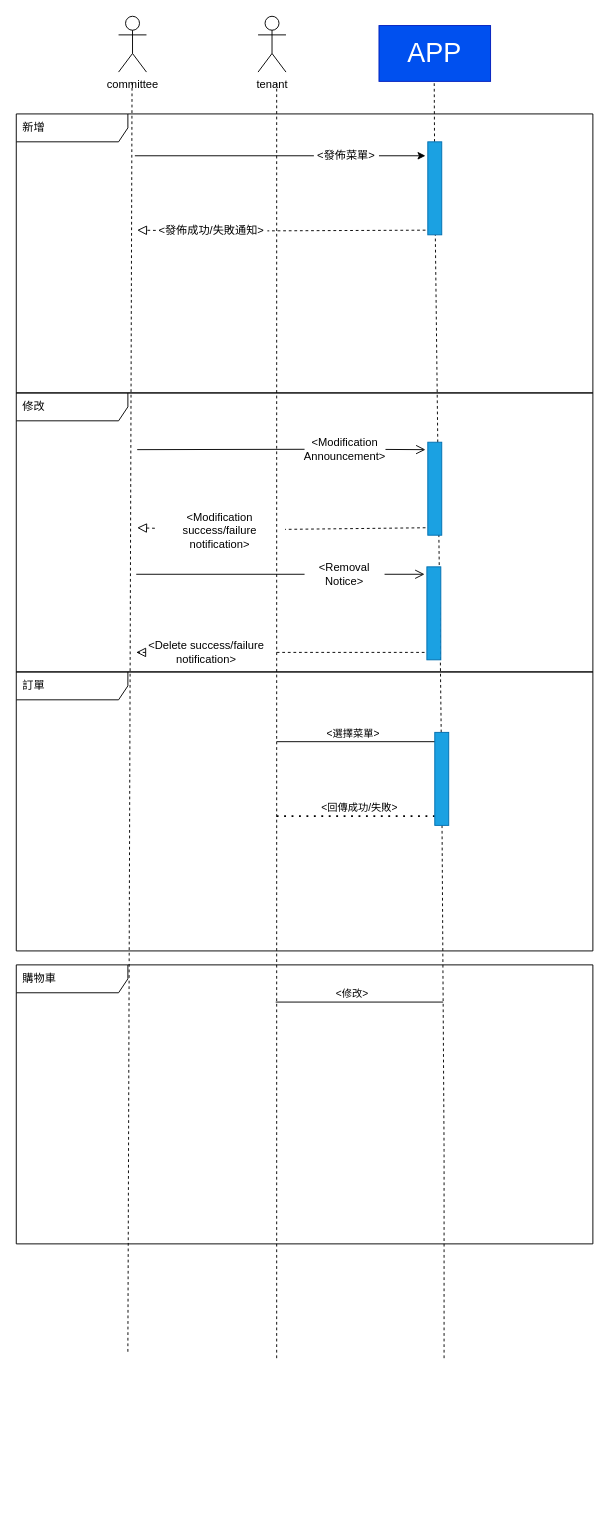
Above: yes.drawio in der0829/111-2End (draw.io), before the change. Source tidied: cells renumbered, new cells numbered last; positions are measured from the earlier drawing's top-left corner, leaving out a move shared by most shapes. Both pictures are drawn from the tidied source at 93%, with x=0, y=0 at pixel (16, 16).
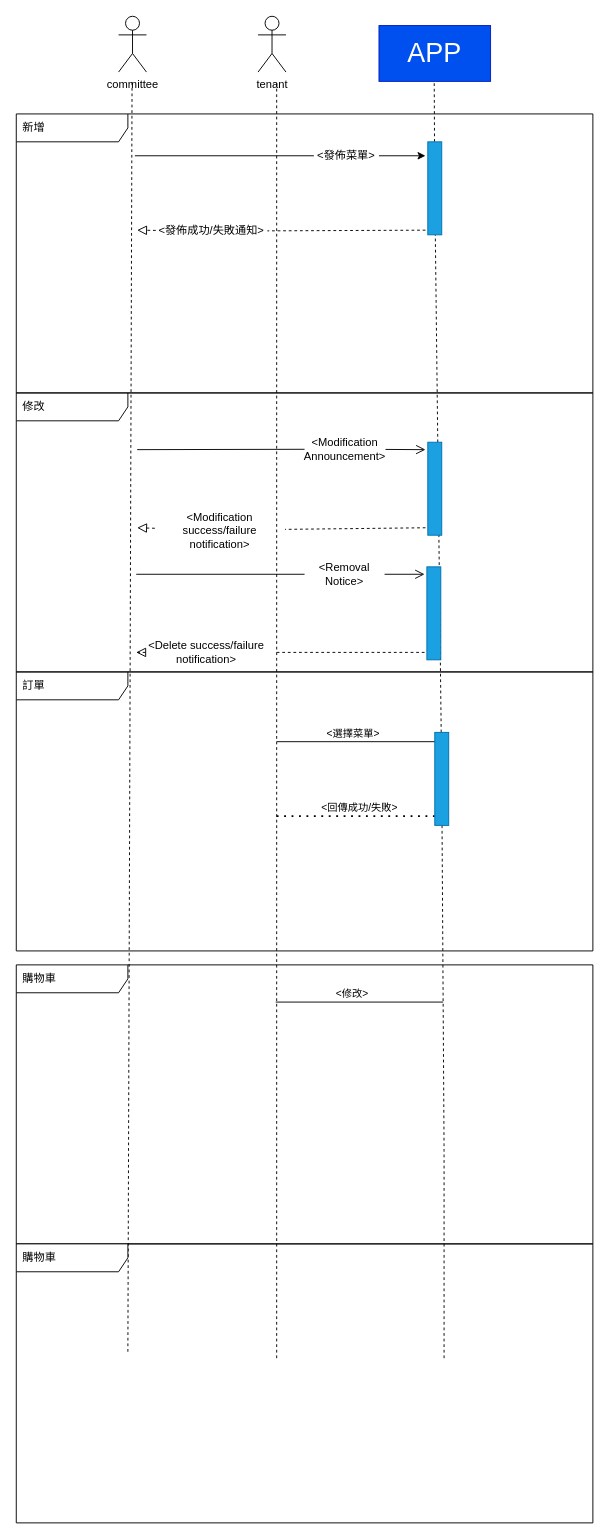
The same diagram, later.

Diff of the diagram source:
```diff
@@
+    <mxCell id="42" value="購物車" style="shape=umlFrame;whiteSpace=wrap;html=1;width=120;height=30;boundedLbl=1;verticalAlign=middle;align=left;spacingLeft=5;" parent="1" vertex="1">
+      <mxGeometry y="1320" width="620" height="300" as="geometry" />
+    </mxCell>
```
